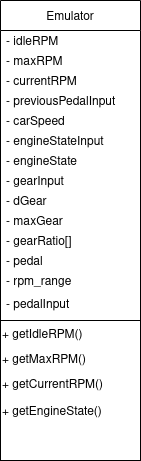
Before: docs/UML Case Diagram (Rev 1).png, a diagram exported from draw.io (MatthewYung0/volvo-boot-camp-2022-smokey-lab). Source tidied: cells renumbered, new cells last; positions are measured from the earlier drawing's top-left corner, leaving out a move shared by most shapes. Source of this version:
```xml
<mxGraphModel>
  <root>
    <mxCell id="0" />
    <mxCell id="1" parent="0" />
    <mxCell id="2" value="Emulator" style="swimlane;fontStyle=0;horizontal=1;startSize=30;" parent="1" vertex="1">
      <mxGeometry width="140" height="320" as="geometry" />
    </mxCell>
    <mxCell id="3" value="- idleRPM" style="text;strokeColor=none;fillColor=none;align=left;verticalAlign=middle;spacingLeft=4;spacingRight=4;overflow=hidden;" parent="2" vertex="1">
      <mxGeometry y="30" width="140" height="20" as="geometry" />
    </mxCell>
    <mxCell id="4" value="- maxRPM" style="text;strokeColor=none;fillColor=none;align=left;verticalAlign=middle;spacingLeft=4;spacingRight=4;overflow=hidden;" parent="2" vertex="1">
      <mxGeometry y="50" width="140" height="20" as="geometry" />
    </mxCell>
    <mxCell id="5" value="- currentRPM" style="text;strokeColor=none;fillColor=none;align=left;verticalAlign=middle;spacingLeft=4;spacingRight=4;overflow=hidden;" parent="2" vertex="1">
      <mxGeometry y="70" width="140" height="20" as="geometry" />
    </mxCell>
    <mxCell id="6" value="- previousPedalInput" style="text;strokeColor=none;fillColor=none;align=left;verticalAlign=middle;spacingLeft=4;spacingRight=4;overflow=hidden;" parent="2" vertex="1">
      <mxGeometry y="90" width="140" height="20" as="geometry" />
    </mxCell>
    <mxCell id="7" value="- carSpeed" style="text;strokeColor=none;fillColor=none;align=left;verticalAlign=middle;spacingLeft=4;spacingRight=4;overflow=hidden;" parent="2" vertex="1">
      <mxGeometry y="110" width="140" height="20" as="geometry" />
    </mxCell>
    <mxCell id="8" value="- engineStateInput" style="text;strokeColor=none;fillColor=none;align=left;verticalAlign=middle;spacingLeft=4;spacingRight=4;overflow=hidden;" parent="2" vertex="1">
      <mxGeometry y="130" width="140" height="20" as="geometry" />
    </mxCell>
    <mxCell id="9" value="- engineState" style="text;strokeColor=none;fillColor=none;align=left;verticalAlign=middle;spacingLeft=4;spacingRight=4;overflow=hidden;" parent="2" vertex="1">
      <mxGeometry y="150" width="140" height="20" as="geometry" />
    </mxCell>
    <mxCell id="10" value="- gearInput" style="text;strokeColor=none;fillColor=none;align=left;verticalAlign=middle;spacingLeft=4;spacingRight=4;overflow=hidden;" parent="2" vertex="1">
      <mxGeometry y="170" width="140" height="20" as="geometry" />
    </mxCell>
    <mxCell id="11" value="- dGear" style="text;strokeColor=none;fillColor=none;align=left;verticalAlign=middle;spacingLeft=4;spacingRight=4;overflow=hidden;" parent="2" vertex="1">
      <mxGeometry y="190" width="140" height="20" as="geometry" />
    </mxCell>
    <mxCell id="12" value="- maxGear" style="text;strokeColor=none;fillColor=none;align=left;verticalAlign=middle;spacingLeft=4;spacingRight=4;overflow=hidden;" parent="2" vertex="1">
      <mxGeometry y="210" width="140" height="20" as="geometry" />
    </mxCell>
    <mxCell id="13" value="- gearRatio[]" style="text;strokeColor=none;fillColor=none;align=left;verticalAlign=middle;spacingLeft=4;spacingRight=4;overflow=hidden;" parent="2" vertex="1">
      <mxGeometry y="230" width="140" height="20" as="geometry" />
    </mxCell>
    <mxCell id="14" value="- pedal" style="text;strokeColor=none;fillColor=none;align=left;verticalAlign=middle;spacingLeft=4;spacingRight=4;overflow=hidden;" parent="2" vertex="1">
      <mxGeometry y="250" width="140" height="20" as="geometry" />
    </mxCell>
    <mxCell id="15" value="- rpm_range" style="text;strokeColor=none;fillColor=none;align=left;verticalAlign=middle;spacingLeft=4;spacingRight=4;overflow=hidden;" parent="2" vertex="1">
      <mxGeometry y="270" width="140" height="20" as="geometry" />
    </mxCell>
    <mxCell id="16" value="- pedalInput" style="text;strokeColor=none;fillColor=none;align=left;verticalAlign=top;spacingLeft=4;spacingRight=4;overflow=hidden;" parent="2" vertex="1">
      <mxGeometry y="290" width="140" height="30" as="geometry" />
    </mxCell>
    <mxCell id="17" style="shape=table;html=1;whiteSpace=wrap;startSize=0;columnLines=0;rowLines=0;labelBackgroundColor=none;labelBorderColor=none;strokeColor=default;strokeWidth=1;fillColor=none;" parent="1" vertex="1">
      <mxGeometry y="320" width="140" height="140" as="geometry" />
    </mxCell>
    <mxCell id="18" style="shape=tableRow;horizontal=0;startSize=0;swimlaneHead=0;swimlaneBody=0;top=0;left=0;bottom=0;right=0;fillColor=none;labelBackgroundColor=none;labelBorderColor=none;strokeColor=default;strokeWidth=1;" parent="17" vertex="1">
      <mxGeometry width="140" height="30" as="geometry" />
    </mxCell>
    <mxCell id="19" value="&lt;div align=&quot;left&quot;&gt;+ getIdleRPM()&lt;br&gt;&lt;/div&gt;" style="shape=partialRectangle;html=1;whiteSpace=wrap;fillColor=none;top=0;left=0;bottom=0;right=0;overflow=hidden;fontSize=12;labelBackgroundColor=none;labelBorderColor=none;strokeColor=default;strokeWidth=1;align=left;" parent="18" vertex="1">
      <mxGeometry width="140" height="30" as="geometry" />
    </mxCell>
    <mxCell id="20" style="shape=tableRow;horizontal=0;startSize=0;swimlaneHead=0;swimlaneBody=0;top=0;left=0;bottom=0;right=0;fillColor=none;labelBackgroundColor=none;labelBorderColor=none;strokeColor=default;strokeWidth=1;" parent="17" vertex="1">
      <mxGeometry y="30" width="140" height="20" as="geometry" />
    </mxCell>
    <mxCell id="21" value="&lt;div align=&quot;left&quot;&gt;+ getMaxRPM()&lt;br&gt;&lt;/div&gt;" style="shape=partialRectangle;html=1;whiteSpace=wrap;fillColor=none;top=0;left=0;bottom=0;right=0;overflow=hidden;fontSize=12;labelBackgroundColor=none;labelBorderColor=none;strokeColor=default;strokeWidth=1;align=left;" parent="20" vertex="1">
      <mxGeometry width="140" height="20" as="geometry" />
    </mxCell>
    <mxCell id="22" style="shape=tableRow;horizontal=0;startSize=0;swimlaneHead=0;swimlaneBody=0;top=0;left=0;bottom=0;right=0;fillColor=none;labelBackgroundColor=none;labelBorderColor=none;strokeColor=default;strokeWidth=1;" parent="17" vertex="1">
      <mxGeometry y="50" width="140" height="30" as="geometry" />
    </mxCell>
    <mxCell id="23" value="&lt;div align=&quot;left&quot;&gt;+ getCurrentRPM()&lt;br&gt;&lt;/div&gt;" style="shape=partialRectangle;html=1;whiteSpace=wrap;fillColor=none;top=0;left=0;bottom=0;right=0;overflow=hidden;fontSize=12;labelBackgroundColor=none;labelBorderColor=none;strokeColor=default;strokeWidth=1;align=left;" parent="22" vertex="1">
      <mxGeometry width="140" height="30" as="geometry" />
    </mxCell>
    <mxCell id="24" style="shape=tableRow;horizontal=0;startSize=0;swimlaneHead=0;swimlaneBody=0;top=0;left=0;bottom=0;right=0;fillColor=none;labelBackgroundColor=none;labelBorderColor=none;strokeColor=default;strokeWidth=1;" parent="17" vertex="1">
      <mxGeometry y="80" width="140" height="24" as="geometry" />
    </mxCell>
    <mxCell id="25" value="+ getEngineState()" style="shape=partialRectangle;html=1;whiteSpace=wrap;fillColor=none;top=0;left=0;bottom=0;right=0;overflow=hidden;fontSize=12;labelBackgroundColor=none;labelBorderColor=none;strokeColor=default;strokeWidth=1;align=left;" parent="24" vertex="1">
      <mxGeometry width="140" height="24" as="geometry" />
    </mxCell>
    <mxCell id="26" style="shape=tableRow;horizontal=0;startSize=0;swimlaneHead=0;swimlaneBody=0;top=0;left=0;bottom=0;right=0;fillColor=none;labelBackgroundColor=none;labelBorderColor=none;strokeColor=default;strokeWidth=1;" parent="17" vertex="1">
      <mxGeometry y="104" width="140" height="36" as="geometry" />
    </mxCell>
    <mxCell id="27" style="shape=partialRectangle;html=1;whiteSpace=wrap;fillColor=none;top=0;left=0;bottom=0;right=0;overflow=hidden;fontSize=12;labelBackgroundColor=none;labelBorderColor=none;strokeColor=default;strokeWidth=1;align=left;" parent="26" vertex="1">
      <mxGeometry width="140" height="36" as="geometry" />
    </mxCell>
  </root>
</mxGraphModel>
```
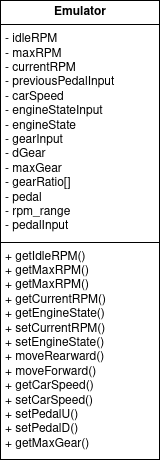
Above is the later version.

Change to the diagram source:
```diff
@@ -2,83 +2,8 @@
   <root>
     <mxCell id="0" />
     <mxCell id="1" parent="0" />
-    <mxCell id="2" value="Emulator" style="swimlane;fontStyle=0;horizontal=1;startSize=30;" parent="1" vertex="1">
-      <mxGeometry width="140" height="320" as="geometry" />
-    </mxCell>
-    <mxCell id="3" value="- idleRPM" style="text;strokeColor=none;fillColor=none;align=left;verticalAlign=middle;spacingLeft=4;spacingRight=4;overflow=hidden;" parent="2" vertex="1">
-      <mxGeometry y="30" width="140" height="20" as="geometry" />
-    </mxCell>
-    <mxCell id="4" value="- maxRPM" style="text;strokeColor=none;fillColor=none;align=left;verticalAlign=middle;spacingLeft=4;spacingRight=4;overflow=hidden;" parent="2" vertex="1">
-      <mxGeometry y="50" width="140" height="20" as="geometry" />
-    </mxCell>
-    <mxCell id="5" value="- currentRPM" style="text;strokeColor=none;fillColor=none;align=left;verticalAlign=middle;spacingLeft=4;spacingRight=4;overflow=hidden;" parent="2" vertex="1">
-      <mxGeometry y="70" width="140" height="20" as="geometry" />
-    </mxCell>
-    <mxCell id="6" value="- previousPedalInput" style="text;strokeColor=none;fillColor=none;align=left;verticalAlign=middle;spacingLeft=4;spacingRight=4;overflow=hidden;" parent="2" vertex="1">
-      <mxGeometry y="90" width="140" height="20" as="geometry" />
-    </mxCell>
-    <mxCell id="7" value="- carSpeed" style="text;strokeColor=none;fillColor=none;align=left;verticalAlign=middle;spacingLeft=4;spacingRight=4;overflow=hidden;" parent="2" vertex="1">
-      <mxGeometry y="110" width="140" height="20" as="geometry" />
-    </mxCell>
-    <mxCell id="8" value="- engineStateInput" style="text;strokeColor=none;fillColor=none;align=left;verticalAlign=middle;spacingLeft=4;spacingRight=4;overflow=hidden;" parent="2" vertex="1">
-      <mxGeometry y="130" width="140" height="20" as="geometry" />
-    </mxCell>
-    <mxCell id="9" value="- engineState" style="text;strokeColor=none;fillColor=none;align=left;verticalAlign=middle;spacingLeft=4;spacingRight=4;overflow=hidden;" parent="2" vertex="1">
-      <mxGeometry y="150" width="140" height="20" as="geometry" />
-    </mxCell>
-    <mxCell id="10" value="- gearInput" style="text;strokeColor=none;fillColor=none;align=left;verticalAlign=middle;spacingLeft=4;spacingRight=4;overflow=hidden;" parent="2" vertex="1">
-      <mxGeometry y="170" width="140" height="20" as="geometry" />
-    </mxCell>
-    <mxCell id="11" value="- dGear" style="text;strokeColor=none;fillColor=none;align=left;verticalAlign=middle;spacingLeft=4;spacingRight=4;overflow=hidden;" parent="2" vertex="1">
-      <mxGeometry y="190" width="140" height="20" as="geometry" />
-    </mxCell>
-    <mxCell id="12" value="- maxGear" style="text;strokeColor=none;fillColor=none;align=left;verticalAlign=middle;spacingLeft=4;spacingRight=4;overflow=hidden;" parent="2" vertex="1">
-      <mxGeometry y="210" width="140" height="20" as="geometry" />
-    </mxCell>
-    <mxCell id="13" value="- gearRatio[]" style="text;strokeColor=none;fillColor=none;align=left;verticalAlign=middle;spacingLeft=4;spacingRight=4;overflow=hidden;" parent="2" vertex="1">
-      <mxGeometry y="230" width="140" height="20" as="geometry" />
-    </mxCell>
-    <mxCell id="14" value="- pedal" style="text;strokeColor=none;fillColor=none;align=left;verticalAlign=middle;spacingLeft=4;spacingRight=4;overflow=hidden;" parent="2" vertex="1">
-      <mxGeometry y="250" width="140" height="20" as="geometry" />
-    </mxCell>
-    <mxCell id="15" value="- rpm_range" style="text;strokeColor=none;fillColor=none;align=left;verticalAlign=middle;spacingLeft=4;spacingRight=4;overflow=hidden;" parent="2" vertex="1">
-      <mxGeometry y="270" width="140" height="20" as="geometry" />
-    </mxCell>
-    <mxCell id="16" value="- pedalInput" style="text;strokeColor=none;fillColor=none;align=left;verticalAlign=top;spacingLeft=4;spacingRight=4;overflow=hidden;" parent="2" vertex="1">
-      <mxGeometry y="290" width="140" height="30" as="geometry" />
-    </mxCell>
-    <mxCell id="17" style="shape=table;html=1;whiteSpace=wrap;startSize=0;columnLines=0;rowLines=0;labelBackgroundColor=none;labelBorderColor=none;strokeColor=default;strokeWidth=1;fillColor=none;" parent="1" vertex="1">
-      <mxGeometry y="320" width="140" height="140" as="geometry" />
-    </mxCell>
-    <mxCell id="18" style="shape=tableRow;horizontal=0;startSize=0;swimlaneHead=0;swimlaneBody=0;top=0;left=0;bottom=0;right=0;fillColor=none;labelBackgroundColor=none;labelBorderColor=none;strokeColor=default;strokeWidth=1;" parent="17" vertex="1">
-      <mxGeometry width="140" height="30" as="geometry" />
-    </mxCell>
-    <mxCell id="19" value="&lt;div align=&quot;left&quot;&gt;+ getIdleRPM()&lt;br&gt;&lt;/div&gt;" style="shape=partialRectangle;html=1;whiteSpace=wrap;fillColor=none;top=0;left=0;bottom=0;right=0;overflow=hidden;fontSize=12;labelBackgroundColor=none;labelBorderColor=none;strokeColor=default;strokeWidth=1;align=left;" parent="18" vertex="1">
-      <mxGeometry width="140" height="30" as="geometry" />
-    </mxCell>
-    <mxCell id="20" style="shape=tableRow;horizontal=0;startSize=0;swimlaneHead=0;swimlaneBody=0;top=0;left=0;bottom=0;right=0;fillColor=none;labelBackgroundColor=none;labelBorderColor=none;strokeColor=default;strokeWidth=1;" parent="17" vertex="1">
-      <mxGeometry y="30" width="140" height="20" as="geometry" />
-    </mxCell>
-    <mxCell id="21" value="&lt;div align=&quot;left&quot;&gt;+ getMaxRPM()&lt;br&gt;&lt;/div&gt;" style="shape=partialRectangle;html=1;whiteSpace=wrap;fillColor=none;top=0;left=0;bottom=0;right=0;overflow=hidden;fontSize=12;labelBackgroundColor=none;labelBorderColor=none;strokeColor=default;strokeWidth=1;align=left;" parent="20" vertex="1">
-      <mxGeometry width="140" height="20" as="geometry" />
-    </mxCell>
-    <mxCell id="22" style="shape=tableRow;horizontal=0;startSize=0;swimlaneHead=0;swimlaneBody=0;top=0;left=0;bottom=0;right=0;fillColor=none;labelBackgroundColor=none;labelBorderColor=none;strokeColor=default;strokeWidth=1;" parent="17" vertex="1">
-      <mxGeometry y="50" width="140" height="30" as="geometry" />
-    </mxCell>
-    <mxCell id="23" value="&lt;div align=&quot;left&quot;&gt;+ getCurrentRPM()&lt;br&gt;&lt;/div&gt;" style="shape=partialRectangle;html=1;whiteSpace=wrap;fillColor=none;top=0;left=0;bottom=0;right=0;overflow=hidden;fontSize=12;labelBackgroundColor=none;labelBorderColor=none;strokeColor=default;strokeWidth=1;align=left;" parent="22" vertex="1">
-      <mxGeometry width="140" height="30" as="geometry" />
-    </mxCell>
-    <mxCell id="24" style="shape=tableRow;horizontal=0;startSize=0;swimlaneHead=0;swimlaneBody=0;top=0;left=0;bottom=0;right=0;fillColor=none;labelBackgroundColor=none;labelBorderColor=none;strokeColor=default;strokeWidth=1;" parent="17" vertex="1">
-      <mxGeometry y="80" width="140" height="24" as="geometry" />
-    </mxCell>
-    <mxCell id="25" value="+ getEngineState()" style="shape=partialRectangle;html=1;whiteSpace=wrap;fillColor=none;top=0;left=0;bottom=0;right=0;overflow=hidden;fontSize=12;labelBackgroundColor=none;labelBorderColor=none;strokeColor=default;strokeWidth=1;align=left;" parent="24" vertex="1">
-      <mxGeometry width="140" height="24" as="geometry" />
-    </mxCell>
-    <mxCell id="26" style="shape=tableRow;horizontal=0;startSize=0;swimlaneHead=0;swimlaneBody=0;top=0;left=0;bottom=0;right=0;fillColor=none;labelBackgroundColor=none;labelBorderColor=none;strokeColor=default;strokeWidth=1;" parent="17" vertex="1">
-      <mxGeometry y="104" width="140" height="36" as="geometry" />
-    </mxCell>
-    <mxCell id="27" style="shape=partialRectangle;html=1;whiteSpace=wrap;fillColor=none;top=0;left=0;bottom=0;right=0;overflow=hidden;fontSize=12;labelBackgroundColor=none;labelBorderColor=none;strokeColor=default;strokeWidth=1;align=left;" parent="26" vertex="1">
-      <mxGeometry width="140" height="36" as="geometry" />
-    </mxCell>
+    <mxCell id="28" value="&lt;table style=&quot;width:100%;height:100%;border-collapse:collapse;&quot; width=&quot;100%&quot; height=&quot;100%&quot; cellpadding=&quot;4&quot; border=&quot;1&quot;&gt;&lt;tbody&gt;&lt;tr&gt;&lt;th&gt;Emulator&lt;/th&gt;&lt;/tr&gt;&lt;tr align=&quot;left&quot;&gt;&lt;td&gt;- idleRPM&lt;br&gt;- maxRPM&lt;br&gt;- currentRPM&lt;br&gt;- previousPedalInput&lt;br&gt;- carSpeed&lt;br&gt;- engineStateInput&lt;br&gt;- engineState&lt;br&gt;- gearInput&lt;br&gt;- dGear&lt;br&gt;- maxGear&lt;br&gt;- gearRatio[]&lt;br&gt;- pedal&lt;br&gt;- rpm_range&lt;br&gt;- pedalInput&lt;br&gt;&lt;/td&gt;&lt;/tr&gt;&lt;tr align=&quot;left&quot;&gt;&lt;td&gt;+ getIdleRPM()&lt;br&gt;+ getMaxRPM()&lt;br&gt;+ getMaxRPM()&lt;br&gt;+ getCurrentRPM()&lt;br&gt;+ getEngineState()&lt;br&gt;+ setCurrentRPM()&lt;br&gt;+ setEngineState()&lt;br&gt;+ moveRearward()&lt;br&gt;+ moveForward()&lt;br&gt;+ getCarSpeed()&lt;br&gt;+ setCarSpeed()&lt;br&gt;+ setPedalU()&lt;br&gt;+ setPedalD()&lt;br&gt;+ getMaxGear()&lt;br&gt;&lt;/td&gt;&lt;/tr&gt;&lt;/tbody&gt;&lt;/table&gt;" style="text;html=1;strokeColor=none;fillColor=none;overflow=fill;labelBackgroundColor=none;labelBorderColor=none;align=center;verticalAlign=middle;" parent="1" vertex="1">
+      <mxGeometry x="-80" y="30" width="160" height="460" as="geometry" />
+    </mxCell>
   </root>
 </mxGraphModel>
```
